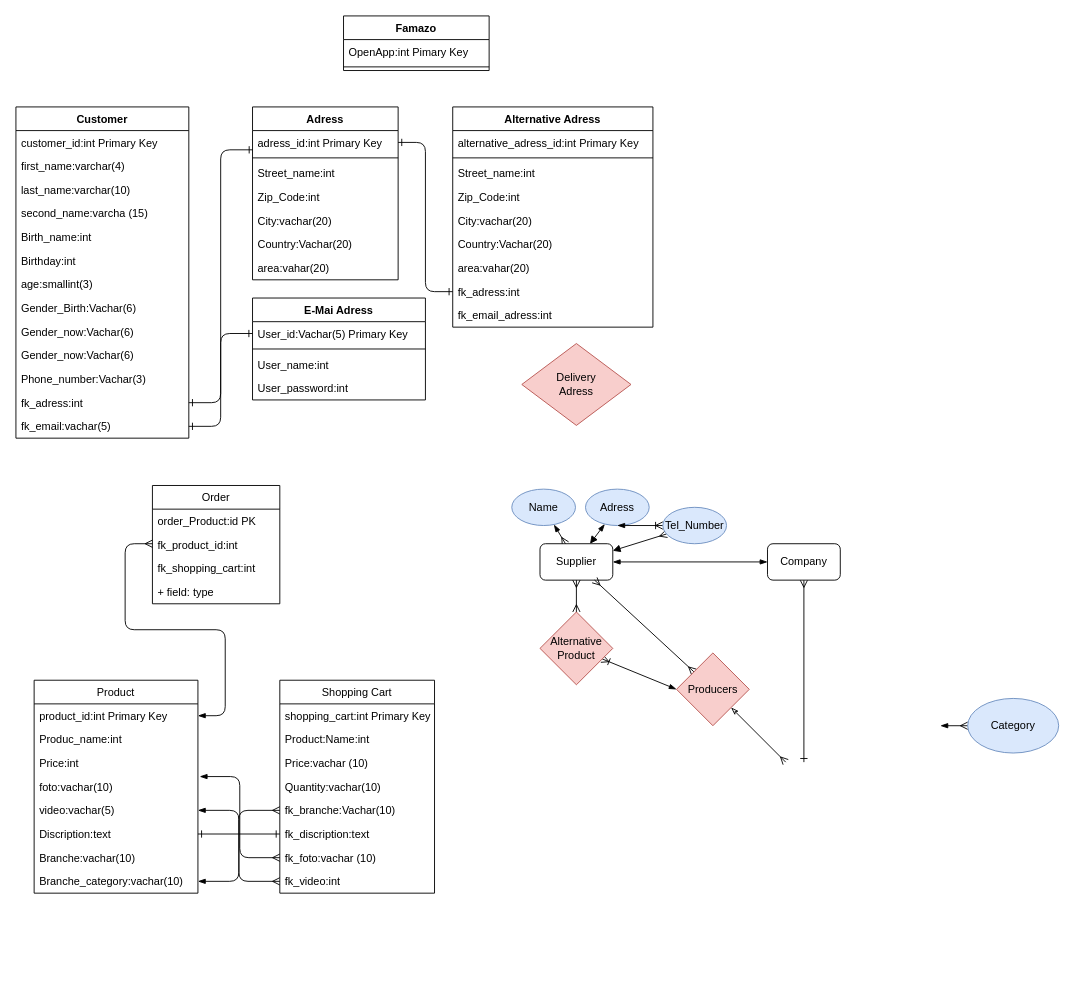
Earlier version of the draw.io diagram page "Famazon Visual 3 UML" (3 of 3) of Michael/FamazonMichael.drawio (MichaelGarrigosa/backenddayone). Source tidied: cells renumbered, new cells numbered last; positions are measured from the earlier drawing's top-left corner, leaving out a move shared by most shapes. Both pictures are drawn from the tidied source at 91%, with x=0, y=0 at pixel (15, 15).
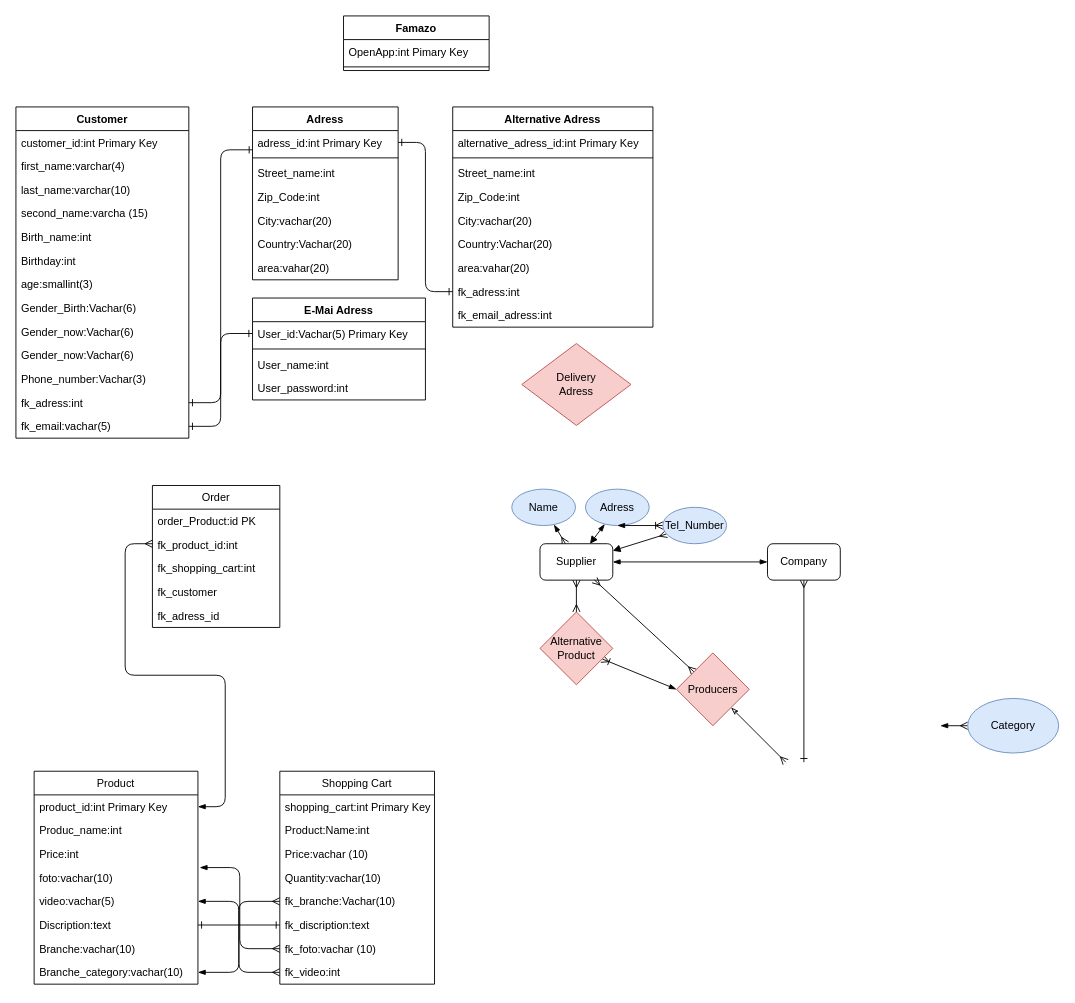
The same diagram, later.

What changed in the source:
```diff
@@
     <mxCell id="65" value="Shopping Cart" style="swimlane;fontStyle=0;horizontal=1;startSize=26;fillColor=none;" parent="1" vertex="1">
-      <mxGeometry x="290" y="730" width="170" height="234" as="geometry" />
+      <mxGeometry x="290" y="830" width="170" height="234" as="geometry" />
     </mxCell>
@@
     <mxCell id="74" value="Product" style="swimlane;fontStyle=0;horizontal=1;startSize=26;fillColor=none;" parent="1" vertex="1">
-      <mxGeometry x="20" y="730" width="180" height="234" as="geometry" />
+      <mxGeometry x="20" y="830" width="180" height="234" as="geometry" />
     </mxCell>
@@
     <mxCell id="87" value="Order" style="swimlane;fontStyle=0;horizontal=1;startSize=26;fillColor=none;" parent="1" vertex="1">
-      <mxGeometry x="150" y="516" width="140" height="130" as="geometry" />
+      <mxGeometry x="150" y="516" width="140" height="156" as="geometry" />
     </mxCell>
@@
-    <mxCell id="91" value="+ field: type" style="text;strokeColor=none;fillColor=none;align=left;verticalAlign=top;spacingLeft=4;spacingRight=4;overflow=hidden;" parent="87" vertex="1">
+    <mxCell id="91" value="fk_customer" style="text;strokeColor=none;fillColor=none;align=left;verticalAlign=top;spacingLeft=4;spacingRight=4;overflow=hidden;" parent="87" vertex="1">
       <mxGeometry y="104" width="140" height="26" as="geometry" />
     </mxCell>
+    <mxCell id="93" value="fk_adress_id" style="text;strokeColor=none;fillColor=none;align=left;verticalAlign=top;spacingLeft=4;spacingRight=4;overflow=hidden;" parent="87" vertex="1">
+      <mxGeometry y="130" width="140" height="26" as="geometry" />
+    </mxCell>
```
